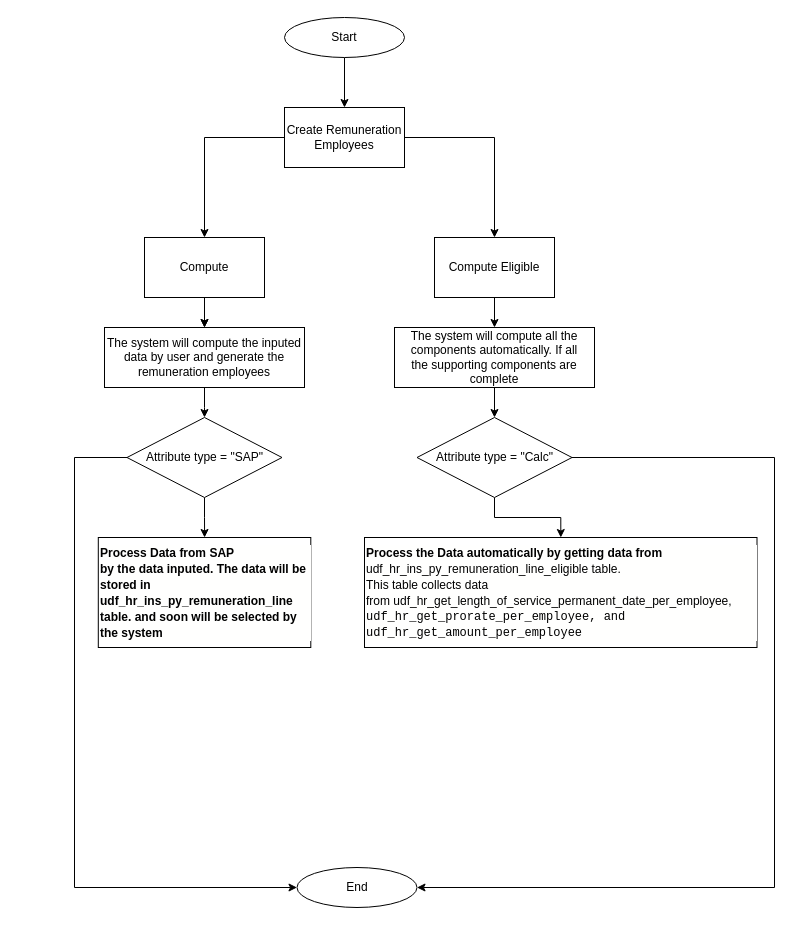
jezreelkosasih/diagram keeps this draw.io diagram as Remuneration.drawio. Above is the earlier version. Source tidied: cells renumbered, new cells numbered last; positions are measured from the earlier drawing's top-left corner, leaving out a move shared by most shapes. Both pictures are drawn from the tidied source at 100%, with x=0, y=0 at pixel (74, 17).
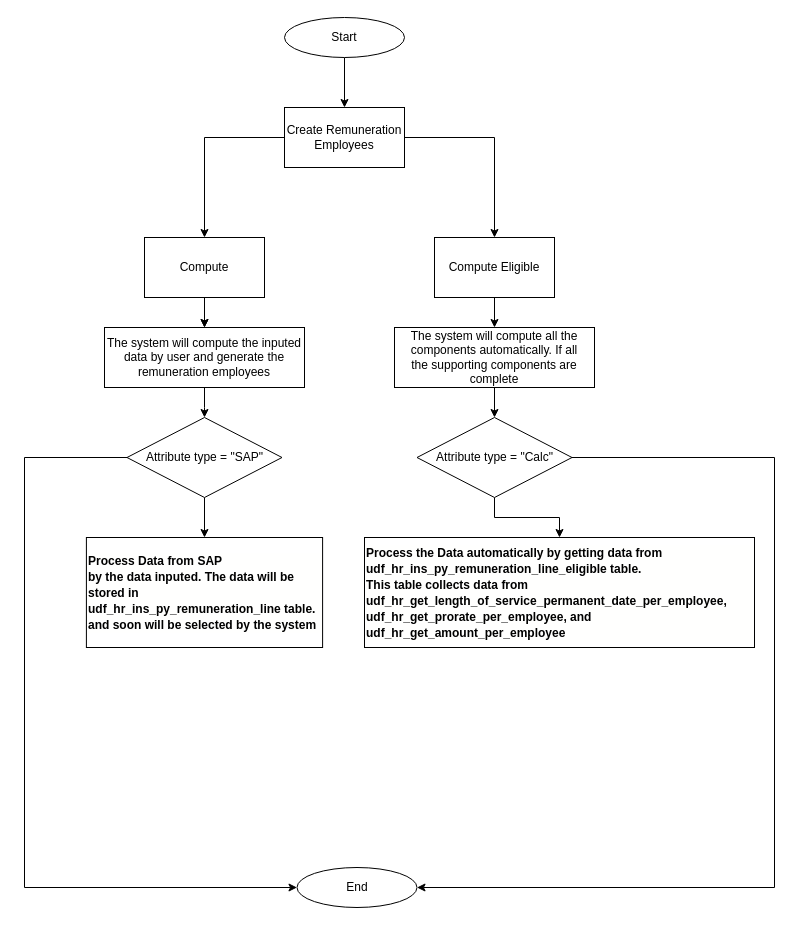
The same page after the edit.

The change refers to these unchanged cells:
```xml
<mxCell id="18" value="Attribute type = &quot;SAP&quot;" style="rhombus;whiteSpace=wrap;html=1;" parent="1" vertex="1">
  <mxGeometry x="52.5" y="400" width="155" height="80" as="geometry" />
</mxCell>
<mxCell id="23" value="End" style="ellipse;whiteSpace=wrap;html=1;" parent="1" vertex="1">
  <mxGeometry x="222.5" y="850" width="120" height="40" as="geometry" />
</mxCell>
```

Diff of the diagram source:
```diff
@@
     <mxCell id="17" style="edgeStyle=orthogonalEdgeStyle;rounded=0;jettySize=auto;html=1;entryX=0;entryY=0.5;entryDx=0;entryDy=0;fontFamily=Helvetica;" parent="1" edge="1" source="18" target="23">
       <mxGeometry relative="1" as="geometry">
         <Array as="points">
-          <mxPoint y="440" />
-          <mxPoint y="870" />
+          <mxPoint x="-50" y="440" />
+          <mxPoint x="-50" y="870" />
         </Array>
       </mxGeometry>
     </mxCell>
@@
     <mxCell id="22" value="&lt;div style=&quot;background-color: rgb(255, 255, 254); line-height: 16px;&quot;&gt;&lt;b style=&quot;&quot;&gt;Process Data from SAP&lt;/b&gt;&lt;/div&gt;&lt;div style=&quot;background-color: rgb(255, 255, 254); line-height: 16px;&quot;&gt;&lt;b style=&quot;&quot;&gt;by the data inputed. The data will be stored in udf_hr_ins_py_remuneration_line table. and soon will be selected by the system&lt;/b&gt;&lt;/div&gt;" style="whiteSpace=wrap;html=1;align=left;" parent="1" vertex="1">
-      <mxGeometry x="23.8" y="520" width="212.5" height="110" as="geometry" />
+      <mxGeometry x="11.9" y="520" width="236.2" height="110" as="geometry" />
     </mxCell>
@@
-    <mxCell id="24" value="&lt;div style=&quot;background-color: rgb(255, 255, 254); line-height: 16px;&quot;&gt;&lt;b&gt;Process the Data automatically by getting data from&amp;nbsp;&lt;/b&gt;&lt;/div&gt;&lt;div style=&quot;background-color: rgb(255, 255, 254); line-height: 16px;&quot;&gt;udf_hr_ins_py_remuneration_line_eligible table.&amp;nbsp;&lt;/div&gt;&lt;div style=&quot;background-color: rgb(255, 255, 254); line-height: 16px;&quot;&gt;This table collects data from&amp;nbsp;udf_hr_get_length_of_service_permanent_date_per_employee,&lt;/div&gt;&lt;div style=&quot;background-color: rgb(255, 255, 254); line-height: 16px;&quot;&gt;&lt;div style=&quot;font-family: Consolas, &amp;quot;Courier New&amp;quot;, monospace; line-height: 16px;&quot;&gt;udf_hr_get_prorate_per_employee, and udf_hr_get_amount_per_employee&lt;/div&gt;&lt;/div&gt;" style="whiteSpace=wrap;html=1;align=left;rounded=0;labelBorderColor=none;" parent="1" vertex="1">
-      <mxGeometry x="290" y="520" width="392.5" height="110" as="geometry" />
+    <mxCell id="24" value="&lt;div style=&quot;background-color: rgb(255, 255, 254); line-height: 16px;&quot;&gt;&lt;b&gt;Process the Data automatically by getting data from&amp;nbsp;&lt;/b&gt;&lt;/div&gt;&lt;div style=&quot;background-color: rgb(255, 255, 254); line-height: 16px;&quot;&gt;&lt;b&gt;udf_hr_ins_py_remuneration_line_eligible table.&amp;nbsp;&lt;/b&gt;&lt;/div&gt;&lt;div style=&quot;background-color: rgb(255, 255, 254); line-height: 16px;&quot;&gt;&lt;b&gt;This table collects data from&amp;nbsp;&lt;/b&gt;&lt;/div&gt;&lt;div style=&quot;background-color: rgb(255, 255, 254); line-height: 16px;&quot;&gt;&lt;b&gt;udf_hr_get_length_of_service_permanent_date_per_employee,&lt;/b&gt;&lt;/div&gt;&lt;div style=&quot;background-color: rgb(255, 255, 254); line-height: 16px;&quot;&gt;&lt;div style=&quot;line-height: 16px;&quot;&gt;&lt;b&gt;udf_hr_get_prorate_per_employee, and udf_hr_get_amount_per_employee&lt;/b&gt;&lt;/div&gt;&lt;/div&gt;" style="whiteSpace=wrap;html=1;align=left;rounded=0;labelBorderColor=none;" parent="1" vertex="1">
+      <mxGeometry x="290" y="520" width="390" height="110" as="geometry" />
     </mxCell>
```
